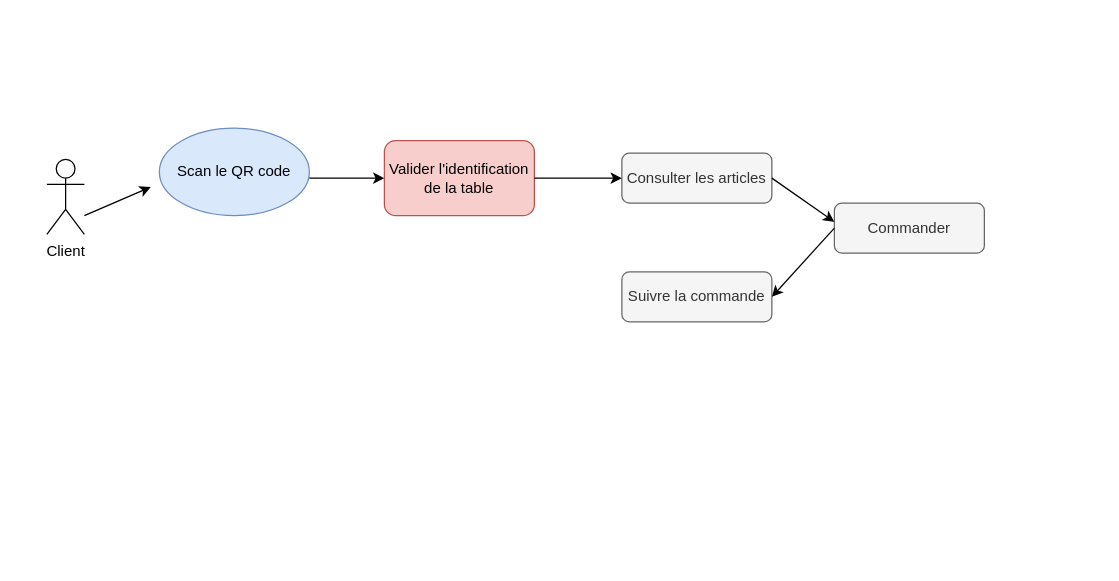
IsmailZi/restoAppPublic keeps this draw.io diagram as Diagramme sans nom.drawio. Above is the earlier version. Source tidied: cells renumbered, new cells numbered last; positions are measured from the earlier drawing's top-left corner, leaving out a move shared by most shapes. Both pictures are drawn from the tidied source at 125%, with x=0, y=0 at pixel (46, 128).
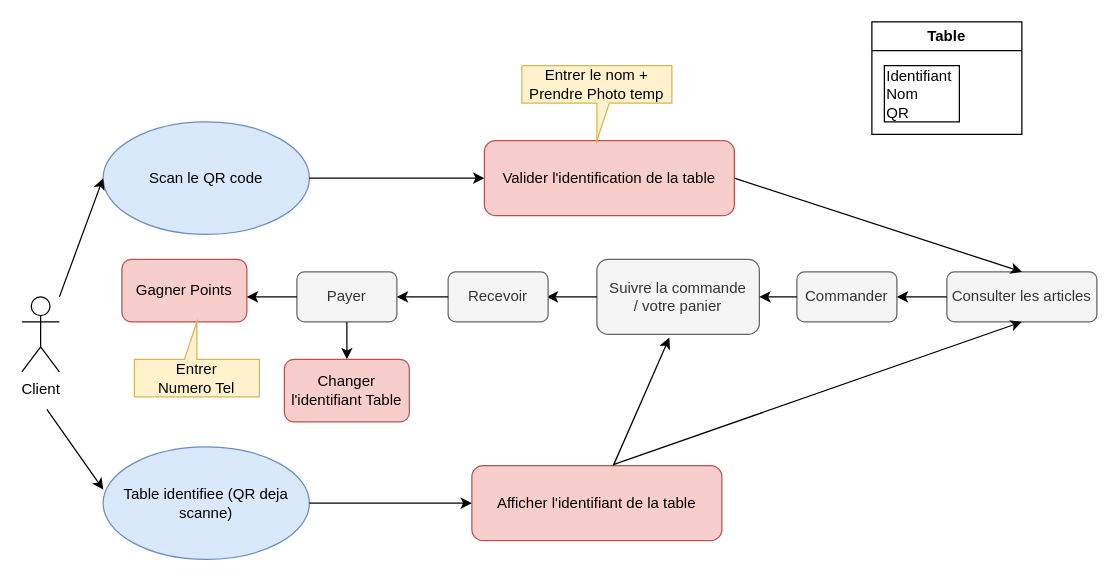
The same page after the edit.

Commit message:
Mettre à jour Diagramme sans nom.drawio

What changed in the source:
```diff
@@
     <mxCell id="2" value="Scan le QR code" style="ellipse;whiteSpace=wrap;html=1;fillColor=#dae8fc;strokeColor=#6c8ebf;" parent="1" vertex="1">
-      <mxGeometry x="90" width="120" height="70" as="geometry" />
+      <mxGeometry x="45" y="-5" width="165" height="90" as="geometry" />
     </mxCell>
     <mxCell id="3" value="Client" style="shape=umlActor;verticalLabelPosition=bottom;verticalAlign=top;html=1;" parent="1" vertex="1">
-      <mxGeometry y="25" width="30" height="60" as="geometry" />
+      <mxGeometry x="-20" y="135" width="30" height="60" as="geometry" />
     </mxCell>
@@
-    <mxCell id="5" style="endArrow=classic;html=1;rounded=0;entryX=-0.057;entryY=0.673;entryDx=0;entryDy=0;entryPerimeter=0;" parent="1" edge="1" target="2">
+    <mxCell id="5" style="endArrow=classic;html=1;rounded=0;entryX=0;entryY=0.5;entryDx=0;entryDy=0;" parent="1" edge="1" target="2">
       <mxGeometry relative="1" as="geometry">
-        <mxPoint x="30" y="70" as="sourcePoint" />
+        <mxPoint x="10" y="135" as="sourcePoint" />
       </mxGeometry>
     </mxCell>
     <mxCell id="6" value="Valider l'identification de la table" style="rounded=1;whiteSpace=wrap;html=1;fillColor=#f8cecc;strokeColor=#b85450;" parent="1" vertex="1">
-      <mxGeometry x="270" y="10" width="120" height="60" as="geometry" />
+      <mxGeometry x="350" y="10" width="200" height="60" as="geometry" />
     </mxCell>
     <mxCell id="7" value="Consulter les articles" style="rounded=1;whiteSpace=wrap;html=1;fillColor=#f5f5f5;fontColor=#333333;strokeColor=#666666;" parent="1" vertex="1">
-      <mxGeometry x="460" y="20" width="120" height="40" as="geometry" />
+      <mxGeometry x="720" y="115" width="120" height="40" as="geometry" />
     </mxCell>
     <mxCell id="8" value="Commander" style="rounded=1;whiteSpace=wrap;html=1;fillColor=#f5f5f5;fontColor=#333333;strokeColor=#666666;" parent="1" vertex="1">
-      <mxGeometry x="630" y="60" width="120" height="40" as="geometry" />
+      <mxGeometry x="600" y="115" width="80" height="40" as="geometry" />
     </mxCell>
-    <mxCell id="9" value="Suivre la commande" style="rounded=1;whiteSpace=wrap;html=1;fillColor=#f5f5f5;fontColor=#333333;strokeColor=#666666;" parent="1" vertex="1">
-      <mxGeometry x="460" y="115" width="120" height="40" as="geometry" />
+    <mxCell id="9" value="Suivre la commande&lt;br&gt;/ votre panier" style="rounded=1;whiteSpace=wrap;html=1;fillColor=#f5f5f5;fontColor=#333333;strokeColor=#666666;" parent="1" vertex="1">
+      <mxGeometry x="440" y="105" width="130" height="60" as="geometry" />
     </mxCell>
-    <mxCell id="10" style="endArrow=classic;html=1;rounded=0;entryX=0;entryY=0.5;entryDx=0;entryDy=0;" parent="1" edge="1" target="7">
-      <mxGeometry relative="1" as="geometry">
-        <mxPoint x="390" y="40" as="sourcePoint" />
-      </mxGeometry>
-    </mxCell>
-    <mxCell id="11" style="endArrow=classic;html=1;rounded=0;exitX=1;exitY=0.5;exitDx=0;exitDy=0;" parent="1" edge="1" source="7">
-      <mxGeometry relative="1" as="geometry">
-        <mxPoint x="630" y="75" as="targetPoint" />
-      </mxGeometry>
+    <mxCell id="11" style="endArrow=classic;html=1;rounded=0;exitX=1;exitY=0.5;exitDx=0;exitDy=0;entryX=0.5;entryY=0;entryDx=0;entryDy=0;" parent="1" edge="1" source="6" target="7">
+      <mxGeometry relative="1" as="geometry" />
     </mxCell>
@@
+    <mxCell id="13" value="Entrer le nom + Prendre Photo temp" style="shape=callout;whiteSpace=wrap;html=1;perimeter=calloutPerimeter;position2=0.5;base=10;fillColor=#fff2cc;strokeColor=#d6b656;" parent="1" vertex="1">
+      <mxGeometry x="380" y="-50" width="120" height="60" as="geometry" />
+    </mxCell>
+    <mxCell id="14" style="endArrow=classic;html=1;rounded=0;exitX=0;exitY=0.5;exitDx=0;exitDy=0;" parent="1" edge="1" source="9">
+      <mxGeometry relative="1" as="geometry">
+        <mxPoint x="400" y="135" as="targetPoint" />
+      </mxGeometry>
+    </mxCell>
+    <mxCell id="15" value="Recevoir" style="rounded=1;whiteSpace=wrap;html=1;fillColor=#f5f5f5;fontColor=#333333;strokeColor=#666666;" parent="1" vertex="1">
+      <mxGeometry x="321" y="115" width="80" height="40" as="geometry" />
+    </mxCell>
+    <mxCell id="16" value="Payer" style="rounded=1;whiteSpace=wrap;html=1;fillColor=#f5f5f5;fontColor=#333333;strokeColor=#666666;" parent="1" vertex="1">
+      <mxGeometry x="200" y="115" width="80" height="40" as="geometry" />
+    </mxCell>
+    <mxCell id="17" style="endArrow=classic;html=1;rounded=0;exitX=0;exitY=0.5;exitDx=0;exitDy=0;" parent="1" edge="1" source="15">
+      <mxGeometry relative="1" as="geometry">
+        <mxPoint x="280" y="135" as="targetPoint" />
+      </mxGeometry>
+    </mxCell>
+    <mxCell id="18" value="Gagner Points" style="rounded=1;whiteSpace=wrap;html=1;fillColor=#f8cecc;strokeColor=#b85450;" parent="1" vertex="1">
+      <mxGeometry x="60" y="105" width="100" height="50" as="geometry" />
+    </mxCell>
+    <mxCell id="19" style="endArrow=classic;html=1;rounded=0;exitX=0;exitY=0.5;exitDx=0;exitDy=0;" parent="1" edge="1" source="16">
+      <mxGeometry relative="1" as="geometry">
+        <mxPoint x="160" y="135" as="targetPoint" />
+      </mxGeometry>
+    </mxCell>
+    <mxCell id="20" value="Entrer &lt;br&gt;Numero Tel" style="shape=callout;whiteSpace=wrap;html=1;perimeter=calloutPerimeter;position2=0.5;base=10;fillColor=#fff2cc;strokeColor=#d6b656;direction=west;" parent="1" vertex="1">
+      <mxGeometry x="70" y="155" width="100" height="60" as="geometry" />
+    </mxCell>
+    <mxCell id="21" style="endArrow=classic;html=1;rounded=0;entryX=0.001;entryY=0.38;entryDx=0;entryDy=0;entryPerimeter=0;" parent="1" edge="1" target="22">
+      <mxGeometry relative="1" as="geometry">
+        <mxPoint y="225" as="sourcePoint" />
+      </mxGeometry>
+    </mxCell>
+    <mxCell id="22" value="Table identifiee (QR deja scanne)" style="ellipse;whiteSpace=wrap;html=1;fillColor=#dae8fc;strokeColor=#6c8ebf;" parent="1" vertex="1">
+      <mxGeometry x="45" y="255" width="165" height="90" as="geometry" />
+    </mxCell>
+    <mxCell id="23" style="endArrow=classic;html=1;rounded=0;entryX=0.5;entryY=1;entryDx=0;entryDy=0;exitX=0.566;exitY=-0.013;exitDx=0;exitDy=0;exitPerimeter=0;" parent="1" edge="1" source="24" target="7">
+      <mxGeometry relative="1" as="geometry" />
+    </mxCell>
+    <mxCell id="24" value="Afficher l'identifiant de la table" style="rounded=1;whiteSpace=wrap;html=1;fillColor=#f8cecc;strokeColor=#b85450;" parent="1" vertex="1">
+      <mxGeometry x="340" y="270" width="200" height="60" as="geometry" />
+    </mxCell>
+    <mxCell id="25" style="endArrow=classic;html=1;rounded=0;exitX=0;exitY=0.5;exitDx=0;exitDy=0;" parent="1" edge="1" source="7">
+      <mxGeometry relative="1" as="geometry">
+        <mxPoint x="680" y="135" as="targetPoint" />
+      </mxGeometry>
+    </mxCell>
+    <mxCell id="26" style="endArrow=classic;html=1;rounded=0;exitX=1;exitY=0.5;exitDx=0;exitDy=0;entryX=0;entryY=0.5;entryDx=0;entryDy=0;" parent="1" edge="1" source="22" target="24">
+      <mxGeometry relative="1" as="geometry" />
+    </mxCell>
+    <mxCell id="27" style="endArrow=classic;html=1;rounded=0;entryX=0.446;entryY=1.043;entryDx=0;entryDy=0;entryPerimeter=0;" parent="1" edge="1" source="24" target="9">
+      <mxGeometry relative="1" as="geometry" />
+    </mxCell>
+    <mxCell id="28" style="endArrow=classic;html=1;rounded=0;exitX=0.5;exitY=1;exitDx=0;exitDy=0;" parent="1" edge="1" source="16">
+      <mxGeometry relative="1" as="geometry">
+        <mxPoint x="240" y="185" as="targetPoint" />
+      </mxGeometry>
+    </mxCell>
+    <mxCell id="29" value="Changer l'identifiant Table" style="rounded=1;whiteSpace=wrap;html=1;fillColor=#f8cecc;strokeColor=#b85450;" parent="1" vertex="1">
+      <mxGeometry x="190" y="185" width="100" height="50" as="geometry" />
+    </mxCell>
+    <mxCell id="30" value="Table" style="swimlane;whiteSpace=wrap;html=1;" parent="1" vertex="1">
+      <mxGeometry x="660" y="-85" width="120" height="90" as="geometry" />
+    </mxCell>
+    <mxCell id="31" value="Identifiant&lt;br&gt;Nom&lt;br&gt;QR" style="rounded=0;whiteSpace=wrap;html=1;align=left;" parent="30" vertex="1">
+      <mxGeometry x="10" y="35" width="60" height="45" as="geometry" />
+    </mxCell>
```
